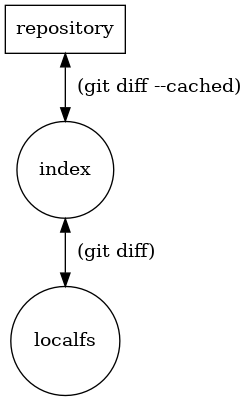
The Graphviz diagram img/diffs.png in AaronDMarasco/git4svn, before a commit. Its source is kept beside it as src/diffs.gv.
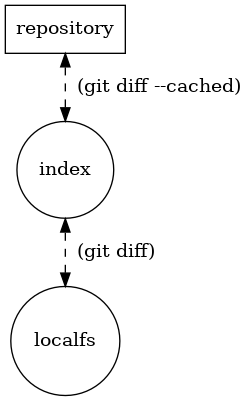
Later version of the same file.

Commit message:
Changed to dotted lines

What changed in the source:
```diff
@@ -1,7 +1,7 @@
-digraph "relationship" {
+digraph "diffs" {
   rankdir=BT;
   node [shape = polygon, size = 5]; repository
   node [shape = circle];
-  localfs -> index [ label = "  (git diff)", dir = both ]
-  index -> repository [ label = "  (git diff --cached)", dir = both ]
+  localfs -> index [label="  (git diff)", dir=both, style=dashed]
+  index -> repository [label="  (git diff --cached)", dir=both, style=dashed]
 }
```
